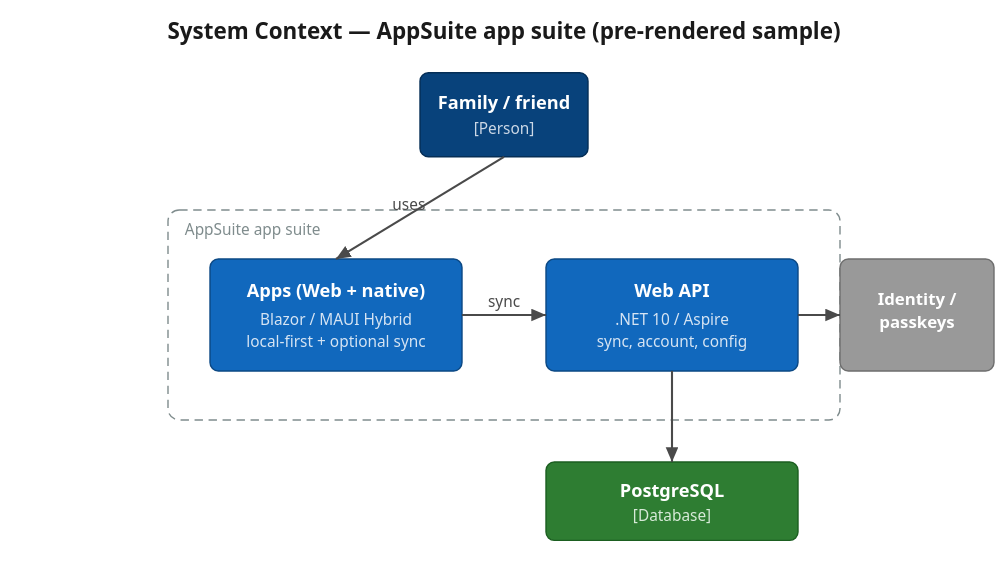
The PlantUML diagram docs/diagrams/exported/system-context.svg in CircleTools-ch/circletools-suite, before a commit. Its source is kept beside it as docs/diagrams/c4/system-context.puml.
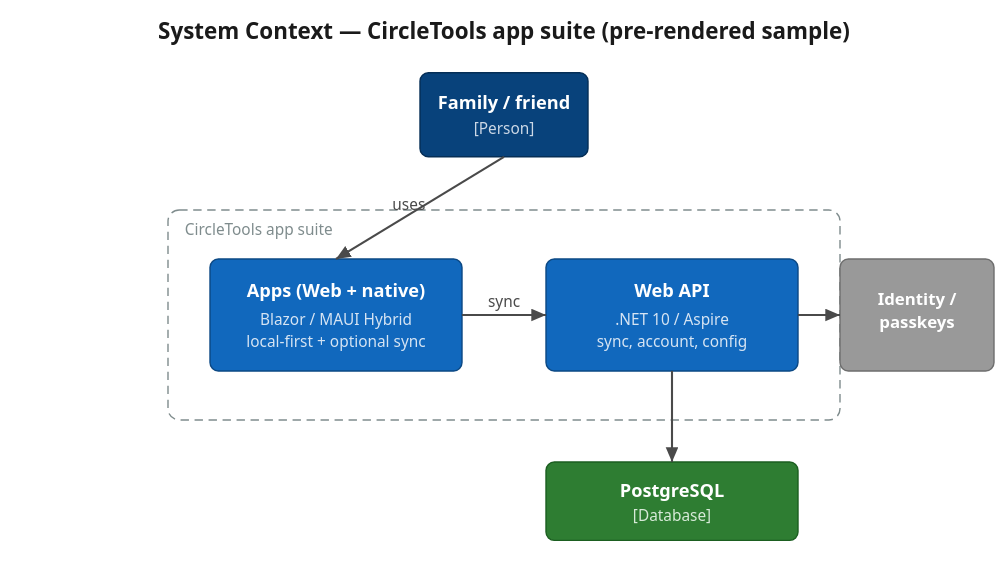
The same diagram one commit later.

Diff of the diagram source:
```diff
@@ -1,11 +1,11 @@
 @startuml system-context
 !include https://raw.githubusercontent.com/plantuml-stdlib/C4-PlantUML/master/C4_Context.puml
 
-title System Context — AppSuite app suite (Secret-Santa)
+title System Context — CircleTools app suite (Secret-Santa)
 
 Person(user, "Family / friends member", "Uses the apps on phone, tablet, or web")
 
-System_Boundary(suite, "AppSuite app suite") {
+System_Boundary(suite, "CircleTools app suite") {
   System(clients, "Apps (Web + native)", "Blazor / MAUI Blazor Hybrid; local-first with optional sync")
   System(api, "Web API", ".NET 10 / Aspire; sync, account, shared config")
 }
```
